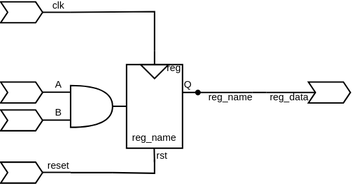
This is .pic/Basic Verilog structures/registers/fig_06.drawio.svg from MPSU/APS, a draw.io export, as it was before one commit. Source tidied: cells renumbered, new cells last; positions are measured from the earlier drawing's top-left corner, leaving out a move shared by most shapes.
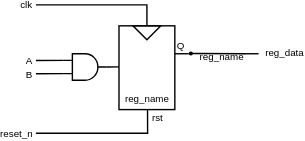
Later version of the same file.

Diff of the diagram source:
```diff
@@ -1,164 +1,92 @@
-<mxGraphModel>
+<mxGraphModel background="#ffffff">
   <root>
     <mxCell id="0" />
     <mxCell id="1" parent="0" />
     <mxCell id="2" value="&lt;font style=&quot;font-size: 7px;&quot;&gt;reg_name&lt;/font&gt;" style="rounded=0;whiteSpace=wrap;html=1;verticalAlign=bottom;spacingBottom=0;fillColor=none;" parent="1" vertex="1">
-      <mxGeometry x="90" y="45" width="40" height="60" as="geometry" />
+      <mxGeometry x="-377.5" y="71" width="40" height="60" as="geometry" />
     </mxCell>
-    <mxCell id="3" value="reg" style="text;html=1;strokeColor=none;fillColor=none;align=center;verticalAlign=middle;whiteSpace=wrap;rounded=0;fontSize=7;" parent="1" vertex="1">
-      <mxGeometry x="117" y="44" width="14" height="8" as="geometry" />
+    <mxCell id="3" style="endArrow=none;html=1;rounded=0;fontSize=7;" parent="1" edge="1">
+      <mxGeometry relative="1" as="geometry">
+        <mxPoint x="-327.5" y="91" as="sourcePoint" />
+        <mxPoint x="-337.5" y="91" as="targetPoint" />
+      </mxGeometry>
     </mxCell>
-    <mxCell id="4" style="endArrow=none;html=1;rounded=0;fontSize=7;" parent="1" edge="1">
+    <mxCell id="4" style="edgeStyle=orthogonalEdgeStyle;rounded=0;jettySize=auto;html=1;exitX=0;exitY=0.5;exitDx=0;exitDy=0;endArrow=none;endFill=0;" parent="1" edge="1" source="5">
       <mxGeometry relative="1" as="geometry">
-        <mxPoint x="140" y="65" as="sourcePoint" />
-        <mxPoint x="130" y="65" as="targetPoint" />
+        <mxPoint x="-437" y="56" as="targetPoint" />
+        <Array as="points">
+          <mxPoint x="-357" y="56" />
+        </Array>
       </mxGeometry>
     </mxCell>
-    <mxCell id="5" style="endArrow=none;html=1;rounded=0;fontSize=7;" parent="1" edge="1">
-      <mxGeometry relative="1" as="geometry">
-        <mxPoint x="110" y="45" as="sourcePoint" />
-        <mxPoint x="110" y="35" as="targetPoint" />
-      </mxGeometry>
+    <mxCell id="5" style="triangle;whiteSpace=wrap;html=1;fontSize=7;rotation=90;fillColor=none;" parent="1" vertex="1">
+      <mxGeometry x="-362.5" y="66" width="10" height="20" as="geometry" />
     </mxCell>
-    <mxCell id="6" style="triangle;whiteSpace=wrap;html=1;fontSize=7;rotation=90;fillColor=none;" parent="1" vertex="1">
-      <mxGeometry x="105" y="40" width="10" height="20" as="geometry" />
+    <mxCell id="6" value="Q" style="text;html=1;strokeColor=none;fillColor=none;align=center;verticalAlign=middle;whiteSpace=wrap;rounded=0;fontSize=7;" parent="1" vertex="1">
+      <mxGeometry x="-336.5" y="81" width="6" height="10" as="geometry" />
     </mxCell>
-    <mxCell id="7" value="Q" style="text;html=1;strokeColor=none;fillColor=none;align=center;verticalAlign=middle;whiteSpace=wrap;rounded=0;fontSize=7;" parent="1" vertex="1">
-      <mxGeometry x="131" y="55" width="6" height="10" as="geometry" />
+    <mxCell id="7" style="endArrow=none;html=1;rounded=0;fontSize=7;startArrow=oval;startFill=1;endSize=6;startSize=2;" parent="1" edge="1">
+      <mxGeometry relative="1" as="geometry">
+        <mxPoint x="-326" y="90.8" as="sourcePoint" />
+        <mxPoint x="-287" y="91" as="targetPoint" />
+      </mxGeometry>
     </mxCell>
-    <mxCell id="8" style="endArrow=none;html=1;rounded=0;fontSize=7;startArrow=oval;startFill=1;startSize=3;" parent="1" edge="1">
-      <mxGeometry relative="1" as="geometry">
-        <mxPoint x="141" y="65" as="sourcePoint" />
-        <mxPoint x="180" y="65" as="targetPoint" />
+    <mxCell id="8" value="&lt;font style=&quot;font-size: 7px;&quot;&gt;reg_name&lt;/font&gt;" style="edgeLabel;html=1;align=center;verticalAlign=middle;fontSize=7;labelBackgroundColor=none;" parent="7" vertex="1">
+      <mxGeometry x="0.13" relative="1" as="geometry">
+        <mxPoint y="3" as="offset" />
       </mxGeometry>
     </mxCell>
-    <mxCell id="9" value="&lt;font style=&quot;font-size: 7px;&quot;&gt;reg_name&lt;/font&gt;" style="edgeLabel;html=1;align=center;verticalAlign=middle;fontSize=7;labelBackgroundColor=none;" parent="8" vertex="1">
-      <mxGeometry x="0.13" relative="1" as="geometry">
-        <mxPoint y="3" as="offset" />
+    <mxCell id="9" style="endArrow=none;html=1;rounded=0;fontSize=7;" parent="1" edge="1">
+      <mxGeometry relative="1" as="geometry">
+        <mxPoint x="-287.5" y="91" as="sourcePoint" />
+        <mxPoint x="-277.5" y="91" as="targetPoint" />
       </mxGeometry>
     </mxCell>
-    <mxCell id="10" style="shape=step;perimeter=stepPerimeter;whiteSpace=wrap;html=1;fixedSize=1;labelBackgroundColor=#CB9EFF;fontSize=7;fillColor=none;size=5;" parent="1" vertex="1">
-      <mxGeometry width="30" height="15" as="geometry" />
+    <mxCell id="10" style="endArrow=none;html=1;rounded=0;fontSize=7;entryX=0.511;entryY=0.992;entryDx=0;entryDy=0;entryPerimeter=0;" parent="1" edge="1" target="2">
+      <mxGeometry relative="1" as="geometry">
+        <mxPoint x="-437" y="148" as="sourcePoint" />
+        <Array as="points">
+          <mxPoint x="-357" y="148" />
+        </Array>
+      </mxGeometry>
     </mxCell>
-    <mxCell id="11" style="shape=step;perimeter=stepPerimeter;whiteSpace=wrap;html=1;fixedSize=1;labelBackgroundColor=#CB9EFF;fontSize=7;fillColor=none;size=5;" parent="1" vertex="1">
-      <mxGeometry y="57.5" width="30" height="15" as="geometry" />
+    <mxCell id="11" value="rst" style="edgeLabel;html=1;align=center;verticalAlign=middle;fontSize=7;" parent="10" vertex="1">
+      <mxGeometry x="0.41" relative="1" as="geometry">
+        <mxPoint x="17" y="-11" as="offset" />
+      </mxGeometry>
     </mxCell>
-    <mxCell id="12" style="endArrow=none;html=1;rounded=0;fontSize=7;" parent="1" edge="1">
+    <mxCell id="12" style="endArrow=none;html=1;rounded=0;fontSize=7;exitX=1;exitY=0.5;exitDx=0;exitDy=0;exitPerimeter=0;" parent="1" edge="1" source="15">
       <mxGeometry relative="1" as="geometry">
-        <mxPoint x="50" y="64.8" as="sourcePoint" />
-        <mxPoint x="30" y="64.8" as="targetPoint" />
+        <mxPoint x="-377.5" y="100.4" as="targetPoint" />
       </mxGeometry>
     </mxCell>
-    <mxCell id="13" value="A" style="edgeLabel;html=1;align=center;verticalAlign=middle;fontSize=7;labelBackgroundColor=none;" parent="12" vertex="1">
-      <mxGeometry x="0.2" relative="1" as="geometry">
-        <mxPoint x="2" y="-5" as="offset" />
+    <mxCell id="13" style="edgeStyle=orthogonalEdgeStyle;rounded=0;jettySize=auto;html=1;exitX=0;exitY=0.25;exitDx=0;exitDy=0;exitPerimeter=0;endArrow=none;endFill=0;" parent="1" edge="1" source="15">
+      <mxGeometry relative="1" as="geometry">
+        <mxPoint x="-437" y="95.7" as="targetPoint" />
       </mxGeometry>
     </mxCell>
-    <mxCell id="14" style="endArrow=none;html=1;rounded=0;fontSize=7;" parent="1" edge="1">
+    <mxCell id="14" style="edgeStyle=orthogonalEdgeStyle;rounded=0;jettySize=auto;html=1;exitX=0;exitY=0.75;exitDx=0;exitDy=0;exitPerimeter=0;endArrow=none;endFill=0;" parent="1" edge="1" source="15">
       <mxGeometry relative="1" as="geometry">
-        <mxPoint x="30" y="7.5" as="sourcePoint" />
-        <mxPoint x="50" y="7.5" as="targetPoint" />
+        <mxPoint x="-437" y="105.3" as="targetPoint" />
       </mxGeometry>
     </mxCell>
-    <mxCell id="15" value="clk" style="edgeLabel;html=1;align=center;verticalAlign=middle;points=[];fontSize=7;labelBackgroundColor=none;" parent="14" vertex="1">
-      <mxGeometry x="0.4" y="-1" relative="1" as="geometry">
-        <mxPoint x="-4" y="-6" as="offset" />
-      </mxGeometry>
+    <mxCell id="15" style="verticalLabelPosition=bottom;shadow=0;dashed=0;align=center;html=1;verticalAlign=top;shape=mxgraph.electrical.logic_gates.logic_gate;operation=and;" parent="1" vertex="1">
+      <mxGeometry x="-417" y="91" width="30.5" height="19" as="geometry" />
     </mxCell>
-    <mxCell id="16" style="shape=step;perimeter=stepPerimeter;whiteSpace=wrap;html=1;fixedSize=1;labelBackgroundColor=#CB9EFF;fontSize=7;fillColor=none;size=5;" parent="1" vertex="1">
-      <mxGeometry x="220" y="57.5" width="30" height="15" as="geometry" />
+    <mxCell id="16" value="reg_data" style="edgeLabel;html=1;align=center;verticalAlign=middle;fontSize=7;labelBackgroundColor=none;" parent="1" vertex="1">
+      <mxGeometry x="-259" y="91" as="geometry" />
     </mxCell>
-    <mxCell id="17" style="endArrow=none;html=1;rounded=0;fontSize=7;" parent="1" edge="1">
-      <mxGeometry relative="1" as="geometry">
-        <mxPoint x="225" y="65" as="sourcePoint" />
-        <mxPoint x="190" y="65" as="targetPoint" />
-      </mxGeometry>
+    <mxCell id="17" value="reset_n" style="edgeLabel;html=1;align=center;verticalAlign=middle;fontSize=7;labelBackgroundColor=none;" parent="1" vertex="1">
+      <mxGeometry x="-451.5" y="148.3" as="geometry" />
     </mxCell>
-    <mxCell id="18" value="reg_data" style="edgeLabel;html=1;align=center;verticalAlign=middle;fontSize=7;labelBackgroundColor=none;" parent="17" vertex="1">
-      <mxGeometry x="0.2" relative="1" as="geometry">
-        <mxPoint x="1" y="3" as="offset" />
-      </mxGeometry>
+    <mxCell id="18" value="A" style="edgeLabel;html=1;align=center;verticalAlign=middle;fontSize=7;labelBackgroundColor=none;" parent="1" vertex="1">
+      <mxGeometry x="-442" y="96" as="geometry" />
     </mxCell>
-    <mxCell id="19" style="endArrow=none;html=1;rounded=0;fontSize=7;" parent="1" edge="1">
-      <mxGeometry relative="1" as="geometry">
-        <mxPoint x="110" y="35" as="sourcePoint" />
-        <mxPoint x="50" y="7.5" as="targetPoint" />
-        <Array as="points">
-          <mxPoint x="110" y="7" />
-        </Array>
-      </mxGeometry>
+    <mxCell id="19" value="B" style="edgeLabel;html=1;align=center;verticalAlign=middle;fontSize=7;labelBackgroundColor=none;" parent="1" vertex="1">
+      <mxGeometry x="-442" y="106" as="geometry" />
     </mxCell>
-    <mxCell id="20" style="endArrow=none;html=1;rounded=0;fontSize=7;" parent="1" edge="1">
-      <mxGeometry relative="1" as="geometry">
-        <mxPoint x="180" y="65" as="sourcePoint" />
-        <mxPoint x="190" y="65" as="targetPoint" />
-      </mxGeometry>
+    <mxCell id="20" value="clk" style="edgeLabel;html=1;align=center;verticalAlign=middle;fontSize=7;labelBackgroundColor=none;" parent="1" vertex="1">
+      <mxGeometry x="-444" y="56" as="geometry" />
     </mxCell>
-    <mxCell id="21" style="endArrow=none;html=1;rounded=0;fontSize=7;" parent="1" edge="1">
-      <mxGeometry relative="1" as="geometry">
-        <mxPoint x="110" y="115" as="sourcePoint" />
-        <mxPoint x="109.8" y="105" as="targetPoint" />
-      </mxGeometry>
-    </mxCell>
-    <mxCell id="22" value="rst" style="edgeLabel;html=1;align=center;verticalAlign=middle;fontSize=7;" parent="21" vertex="1">
-      <mxGeometry x="0.41" relative="1" as="geometry">
-        <mxPoint x="5" y="2" as="offset" />
-      </mxGeometry>
-    </mxCell>
-    <mxCell id="23" style="group;" parent="1" vertex="1">
-      <mxGeometry y="115" width="80" height="15" as="geometry" />
-    </mxCell>
-    <mxCell id="24" style="shape=step;perimeter=stepPerimeter;whiteSpace=wrap;html=1;fixedSize=1;labelBackgroundColor=#CB9EFF;fontSize=7;fillColor=none;size=5;" parent="23" vertex="1">
-      <mxGeometry width="30" height="15" as="geometry" />
-    </mxCell>
-    <mxCell id="25" style="endArrow=none;html=1;rounded=0;fontSize=7;" parent="23" edge="1">
-      <mxGeometry relative="1" as="geometry">
-        <mxPoint x="50" y="7.3" as="sourcePoint" />
-        <mxPoint x="30" y="7.3" as="targetPoint" />
-      </mxGeometry>
-    </mxCell>
-    <mxCell id="26" value="reset" style="edgeLabel;html=1;align=center;verticalAlign=middle;fontSize=7;labelBackgroundColor=none;" parent="25" vertex="1">
-      <mxGeometry x="0.2" relative="1" as="geometry">
-        <mxPoint x="2" y="-5" as="offset" />
-      </mxGeometry>
-    </mxCell>
-    <mxCell id="27" style="endArrow=none;html=1;rounded=0;fontSize=7;" parent="23" edge="1">
-      <mxGeometry relative="1" as="geometry">
-        <mxPoint x="50" y="7.5" as="sourcePoint" />
-        <mxPoint x="80" y="7.5" as="targetPoint" />
-      </mxGeometry>
-    </mxCell>
-    <mxCell id="28" style="endArrow=none;html=1;rounded=0;fontSize=7;" parent="1" edge="1">
-      <mxGeometry relative="1" as="geometry">
-        <mxPoint x="80" y="122.5" as="sourcePoint" />
-        <mxPoint x="110" y="113" as="targetPoint" />
-        <Array as="points">
-          <mxPoint x="110" y="123" />
-        </Array>
-      </mxGeometry>
-    </mxCell>
-    <mxCell id="29" style="shape=step;perimeter=stepPerimeter;whiteSpace=wrap;html=1;fixedSize=1;labelBackgroundColor=#CB9EFF;fontSize=7;fillColor=none;size=5;" parent="1" vertex="1">
-      <mxGeometry y="77.5" width="30" height="15" as="geometry" />
-    </mxCell>
-    <mxCell id="30" style="endArrow=none;html=1;rounded=0;fontSize=7;" parent="1" edge="1">
-      <mxGeometry relative="1" as="geometry">
-        <mxPoint x="50" y="84.8" as="sourcePoint" />
-        <mxPoint x="30" y="84.8" as="targetPoint" />
-      </mxGeometry>
-    </mxCell>
-    <mxCell id="31" value="B" style="edgeLabel;html=1;align=center;verticalAlign=middle;fontSize=7;labelBackgroundColor=none;" parent="30" vertex="1">
-      <mxGeometry x="0.2" relative="1" as="geometry">
-        <mxPoint x="2" y="-5" as="offset" />
-      </mxGeometry>
-    </mxCell>
-    <mxCell id="32" style="shape=or;whiteSpace=wrap;html=1;labelBackgroundColor=none;fontSize=7;fillColor=#FFFFFF;" parent="1" vertex="1">
-      <mxGeometry x="50" y="60" width="30" height="30" as="geometry" />
-    </mxCell>
-    <mxCell id="33" style="endArrow=none;html=1;rounded=0;fontSize=7;" parent="1" edge="1">
-      <mxGeometry relative="1" as="geometry">
-        <mxPoint x="80" y="74.9" as="sourcePoint" />
-        <mxPoint x="90" y="74.9" as="targetPoint" />
-      </mxGeometry>
-    </mxCell>
   </root>
 </mxGraphModel>
```
